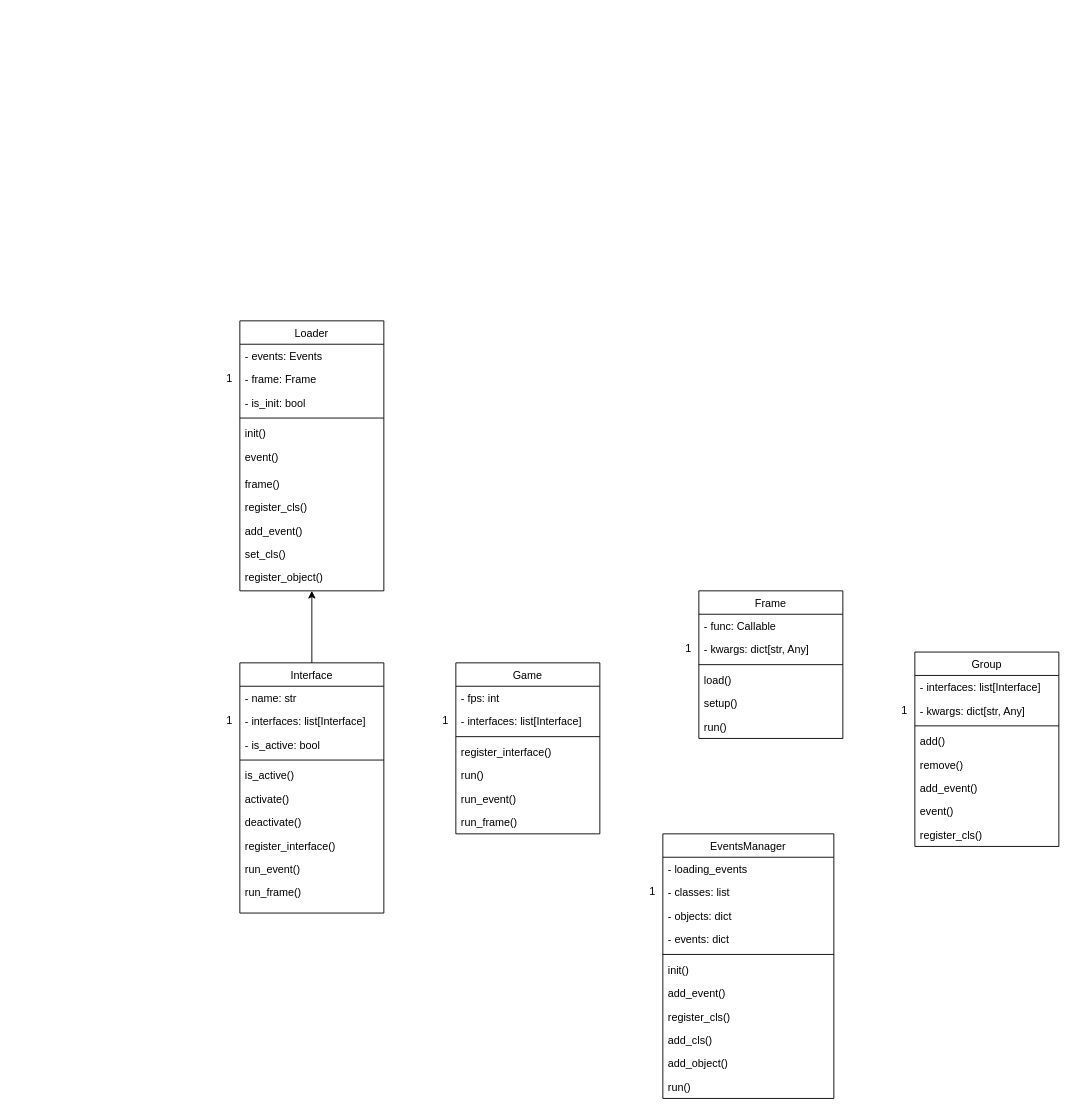
Before: Diagrama sem nome.drawio in KauanHK/diagramas, a draw.io diagram. Source tidied: cells renumbered, new cells numbered last; positions are measured from the earlier drawing's top-left corner, leaving out a move shared by most shapes. Both pictures are drawn from the tidied source at 90%, with x=0, y=0 at pixel (233, 320).
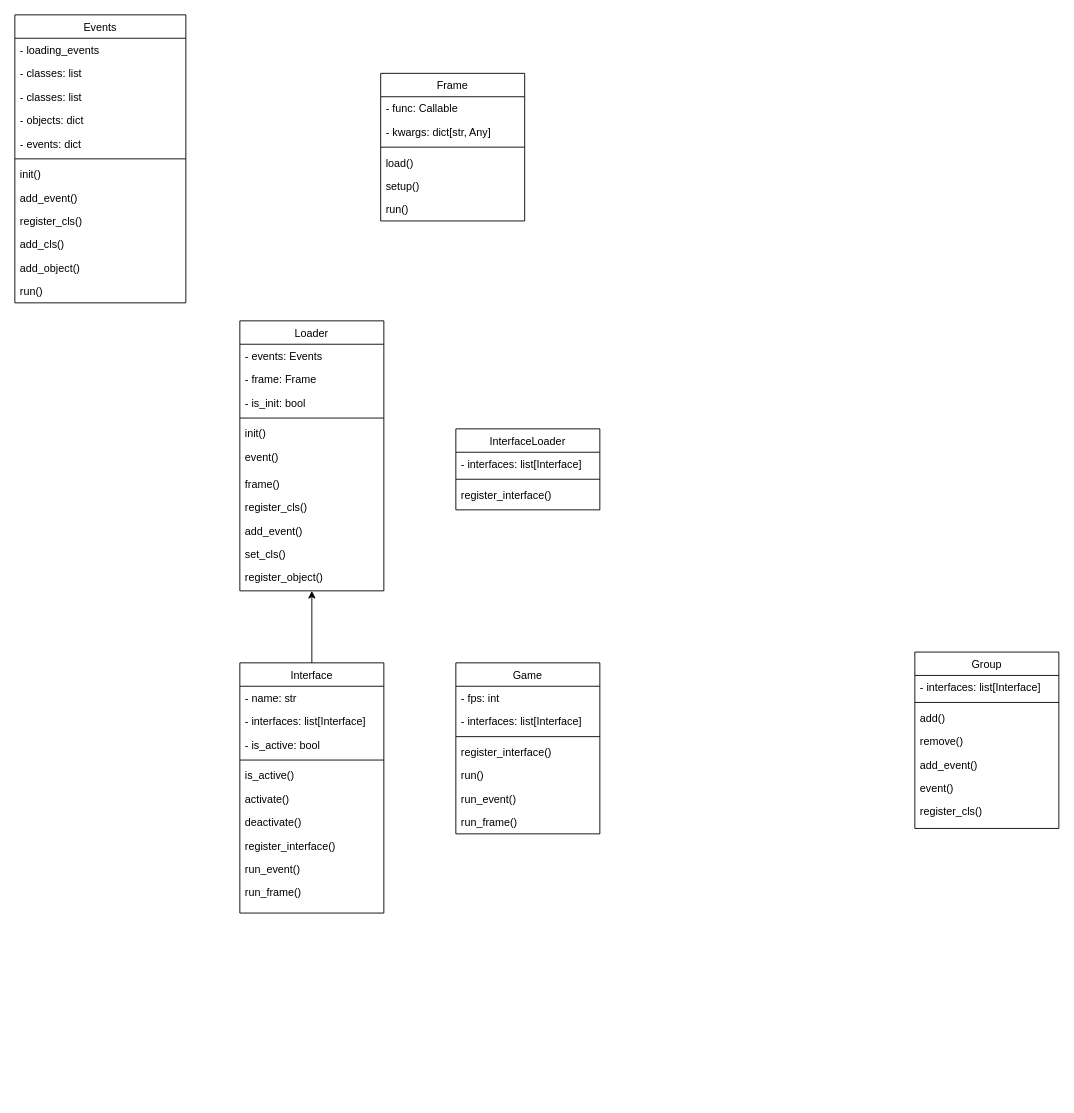
The same diagram, later.

What changed in the source:
```diff
@@
-    <mxCell id="14" value="1" style="align=right;verticalAlign=bottom;labelBackgroundColor=none;fontSize=12;" parent="1" vertex="1">
-      <mxGeometry y="73" as="geometry" />
-    </mxCell>
@@
-    <mxCell id="26" value="1" style="align=right;verticalAlign=bottom;labelBackgroundColor=none;fontSize=12;" parent="1" vertex="1">
-      <mxGeometry y="453" as="geometry" />
-    </mxCell>
@@
-    <mxCell id="36" value="1" style="align=right;verticalAlign=bottom;labelBackgroundColor=none;fontSize=12;" parent="1" vertex="1">
-      <mxGeometry x="240" y="453" as="geometry" />
-    </mxCell>
     <mxCell id="37" value="Frame" style="swimlane;fontStyle=0;align=center;verticalAlign=top;horizontal=1;startSize=26;rounded=0;shadow=0;strokeWidth=1;" parent="1" vertex="1">
-      <mxGeometry x="517" y="300" width="160" height="164" as="geometry" />
+      <mxGeometry x="163.5" y="-275" width="160" height="164" as="geometry" />
     </mxCell>
@@
-    <mxCell id="44" value="1" style="align=right;verticalAlign=bottom;labelBackgroundColor=none;fontSize=12;" parent="1" vertex="1">
-      <mxGeometry x="510" y="373" as="geometry" />
-    </mxCell>
     <mxCell id="45" value="Group" style="swimlane;fontStyle=0;align=center;verticalAlign=top;horizontal=1;startSize=26;rounded=0;shadow=0;strokeWidth=1;" parent="1" vertex="1">
-      <mxGeometry x="757" y="368" width="160" height="216" as="geometry" />
+      <mxGeometry x="757" y="368" width="160" height="196" as="geometry" />
     </mxCell>
@@
-    <mxCell id="47" value="- kwargs: dict[str, Any]" style="text;align=left;verticalAlign=top;spacingLeft=4;spacingRight=4;overflow=hidden;" parent="45" vertex="1">
-      <mxGeometry y="52" width="160" height="26" as="geometry" />
-    </mxCell>
     <mxCell id="48" style="line;html=1;strokeWidth=1;align=left;verticalAlign=middle;spacingTop=-1;spacingLeft=3;spacingRight=3;labelPosition=right;" parent="45" vertex="1">
-      <mxGeometry y="78" width="160" height="8" as="geometry" />
+      <mxGeometry y="52" width="160" height="8" as="geometry" />
     </mxCell>
     <mxCell id="49" value="add()" style="text;align=left;verticalAlign=top;spacingLeft=4;spacingRight=4;overflow=hidden;rounded=0;shadow=0;html=0;" parent="45" vertex="1">
-      <mxGeometry y="86" width="160" height="26" as="geometry" />
+      <mxGeometry y="60" width="160" height="26" as="geometry" />
     </mxCell>
     <mxCell id="50" value="remove()" style="text;align=left;verticalAlign=top;spacingLeft=4;spacingRight=4;overflow=hidden;rounded=0;shadow=0;html=0;" parent="45" vertex="1">
-      <mxGeometry y="112" width="160" height="26" as="geometry" />
+      <mxGeometry y="86" width="160" height="26" as="geometry" />
     </mxCell>
     <mxCell id="51" value="add_event()" style="text;align=left;verticalAlign=top;spacingLeft=4;spacingRight=4;overflow=hidden;rounded=0;shadow=0;html=0;" parent="45" vertex="1">
-      <mxGeometry y="138" width="160" height="26" as="geometry" />
+      <mxGeometry y="112" width="160" height="26" as="geometry" />
     </mxCell>
     <mxCell id="52" value="event()" style="text;align=left;verticalAlign=top;spacingLeft=4;spacingRight=4;overflow=hidden;rounded=0;shadow=0;html=0;" parent="45" vertex="1">
-      <mxGeometry y="164" width="160" height="26" as="geometry" />
+      <mxGeometry y="138" width="160" height="26" as="geometry" />
     </mxCell>
     <mxCell id="53" value="register_cls()" style="text;align=left;verticalAlign=top;spacingLeft=4;spacingRight=4;overflow=hidden;rounded=0;shadow=0;html=0;" parent="45" vertex="1">
-      <mxGeometry y="190" width="160" height="26" as="geometry" />
+      <mxGeometry y="164" width="160" height="26" as="geometry" />
     </mxCell>
-    <mxCell id="54" value="1" style="align=right;verticalAlign=bottom;labelBackgroundColor=none;fontSize=12;" parent="1" vertex="1">
-      <mxGeometry x="750" y="441" as="geometry" />
-    </mxCell>
-    <mxCell id="55" value="EventsManager" style="swimlane;fontStyle=0;align=center;verticalAlign=top;horizontal=1;startSize=26;rounded=0;shadow=0;strokeWidth=1;" parent="1" vertex="1">
-      <mxGeometry x="477" y="570" width="190" height="294" as="geometry" />
+    <mxCell id="55" value="Events" style="swimlane;fontStyle=0;align=center;verticalAlign=top;horizontal=1;startSize=26;rounded=0;shadow=0;strokeWidth=1;" parent="1" vertex="1">
+      <mxGeometry x="-243" y="-340" width="190" height="320" as="geometry" />
     </mxCell>
@@
+    <mxCell id="68" value="- classes: list" style="text;align=left;verticalAlign=top;spacingLeft=4;spacingRight=4;overflow=hidden;" parent="55" vertex="1">
+      <mxGeometry y="52" width="190" height="26" as="geometry" />
+    </mxCell>
     <mxCell id="57" value="- classes: list" style="text;align=left;verticalAlign=top;spacingLeft=4;spacingRight=4;overflow=hidden;" parent="55" vertex="1">
-      <mxGeometry y="52" width="190" height="26" as="geometry" />
+      <mxGeometry y="78" width="190" height="26" as="geometry" />
     </mxCell>
     <mxCell id="58" value="- objects: dict" style="text;align=left;verticalAlign=top;spacingLeft=4;spacingRight=4;overflow=hidden;" parent="55" vertex="1">
-      <mxGeometry y="78" width="190" height="26" as="geometry" />
+      <mxGeometry y="104" width="190" height="26" as="geometry" />
     </mxCell>
     <mxCell id="59" value="- events: dict" style="text;align=left;verticalAlign=top;spacingLeft=4;spacingRight=4;overflow=hidden;" parent="55" vertex="1">
-      <mxGeometry y="104" width="190" height="26" as="geometry" />
+      <mxGeometry y="130" width="190" height="26" as="geometry" />
     </mxCell>
     <mxCell id="60" style="line;html=1;strokeWidth=1;align=left;verticalAlign=middle;spacingTop=-1;spacingLeft=3;spacingRight=3;labelPosition=right;" parent="55" vertex="1">
-      <mxGeometry y="130" width="190" height="8" as="geometry" />
+      <mxGeometry y="156" width="190" height="8" as="geometry" />
     </mxCell>
     <mxCell id="61" value="init()" style="text;align=left;verticalAlign=top;spacingLeft=4;spacingRight=4;overflow=hidden;rounded=0;shadow=0;html=0;" parent="55" vertex="1">
-      <mxGeometry y="138" width="190" height="26" as="geometry" />
+      <mxGeometry y="164" width="190" height="26" as="geometry" />
     </mxCell>
     <mxCell id="62" value="add_event()" style="text;align=left;verticalAlign=top;spacingLeft=4;spacingRight=4;overflow=hidden;rounded=0;shadow=0;html=0;" parent="55" vertex="1">
-      <mxGeometry y="164" width="190" height="26" as="geometry" />
+      <mxGeometry y="190" width="190" height="26" as="geometry" />
     </mxCell>
     <mxCell id="63" value="register_cls()" style="text;align=left;verticalAlign=top;spacingLeft=4;spacingRight=4;overflow=hidden;rounded=0;shadow=0;html=0;" parent="55" vertex="1">
-      <mxGeometry y="190" width="190" height="26" as="geometry" />
+      <mxGeometry y="216" width="190" height="26" as="geometry" />
     </mxCell>
     <mxCell id="64" value="add_cls()" style="text;align=left;verticalAlign=top;spacingLeft=4;spacingRight=4;overflow=hidden;rounded=0;shadow=0;html=0;" parent="55" vertex="1">
-      <mxGeometry y="216" width="190" height="26" as="geometry" />
+      <mxGeometry y="242" width="190" height="26" as="geometry" />
     </mxCell>
     <mxCell id="65" value="add_object()" style="text;align=left;verticalAlign=top;spacingLeft=4;spacingRight=4;overflow=hidden;rounded=0;shadow=0;html=0;" parent="55" vertex="1">
-      <mxGeometry y="242" width="190" height="26" as="geometry" />
+      <mxGeometry y="268" width="190" height="26" as="geometry" />
     </mxCell>
     <mxCell id="66" value="run()" style="text;align=left;verticalAlign=top;spacingLeft=4;spacingRight=4;overflow=hidden;rounded=0;shadow=0;html=0;" parent="55" vertex="1">
-      <mxGeometry y="268" width="190" height="26" as="geometry" />
+      <mxGeometry y="294" width="190" height="26" as="geometry" />
     </mxCell>
-    <mxCell id="67" value="1" style="align=right;verticalAlign=bottom;labelBackgroundColor=none;fontSize=12;" parent="1" vertex="1">
-      <mxGeometry x="470" y="643" as="geometry" />
-    </mxCell>
+    <mxCell id="69" value="InterfaceLoader" style="swimlane;fontStyle=0;align=center;verticalAlign=top;horizontal=1;startSize=26;rounded=0;shadow=0;strokeWidth=1;" parent="1" vertex="1">
+      <mxGeometry x="247" y="120" width="160" height="90" as="geometry" />
+    </mxCell>
+    <mxCell id="70" value="- interfaces: list[Interface]" style="text;align=left;verticalAlign=top;spacingLeft=4;spacingRight=4;overflow=hidden;" parent="69" vertex="1">
+      <mxGeometry y="26" width="160" height="26" as="geometry" />
+    </mxCell>
+    <mxCell id="71" style="line;html=1;strokeWidth=1;align=left;verticalAlign=middle;spacingTop=-1;spacingLeft=3;spacingRight=3;labelPosition=right;" parent="69" vertex="1">
+      <mxGeometry y="52" width="160" height="8" as="geometry" />
+    </mxCell>
+    <mxCell id="72" value="register_interface()" style="text;align=left;verticalAlign=top;spacingLeft=4;spacingRight=4;overflow=hidden;rounded=0;shadow=0;html=0;" parent="69" vertex="1">
+      <mxGeometry y="60" width="160" height="26" as="geometry" />
+    </mxCell>
```
